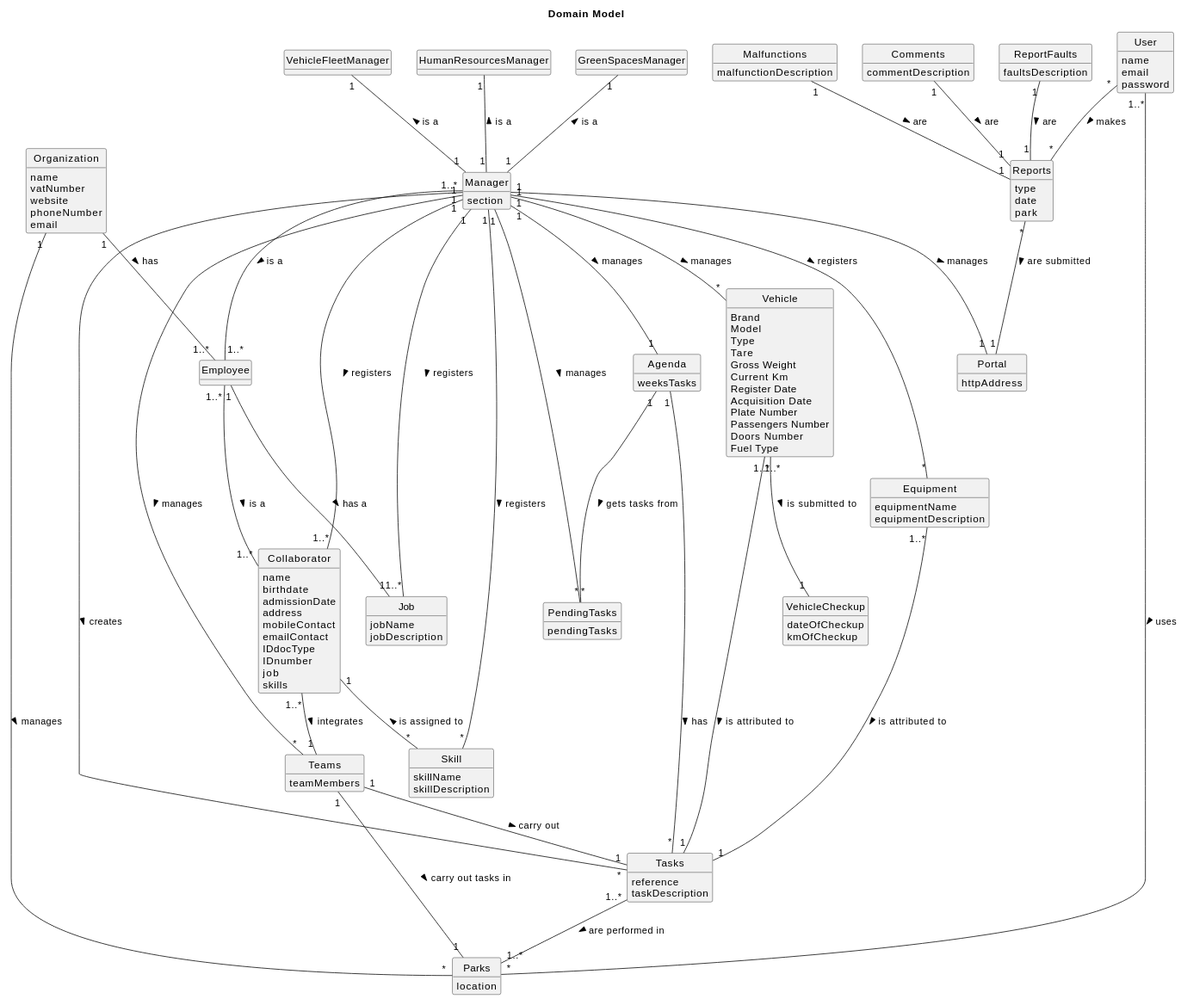
Before: docs/sprintA/global-artifacts/02.analysis/svg/project-domain-model.svg, a diagram exported from PlantUML (Paulo-Pereira-at-ISEP/lei-24-s2-1nanb-g321).
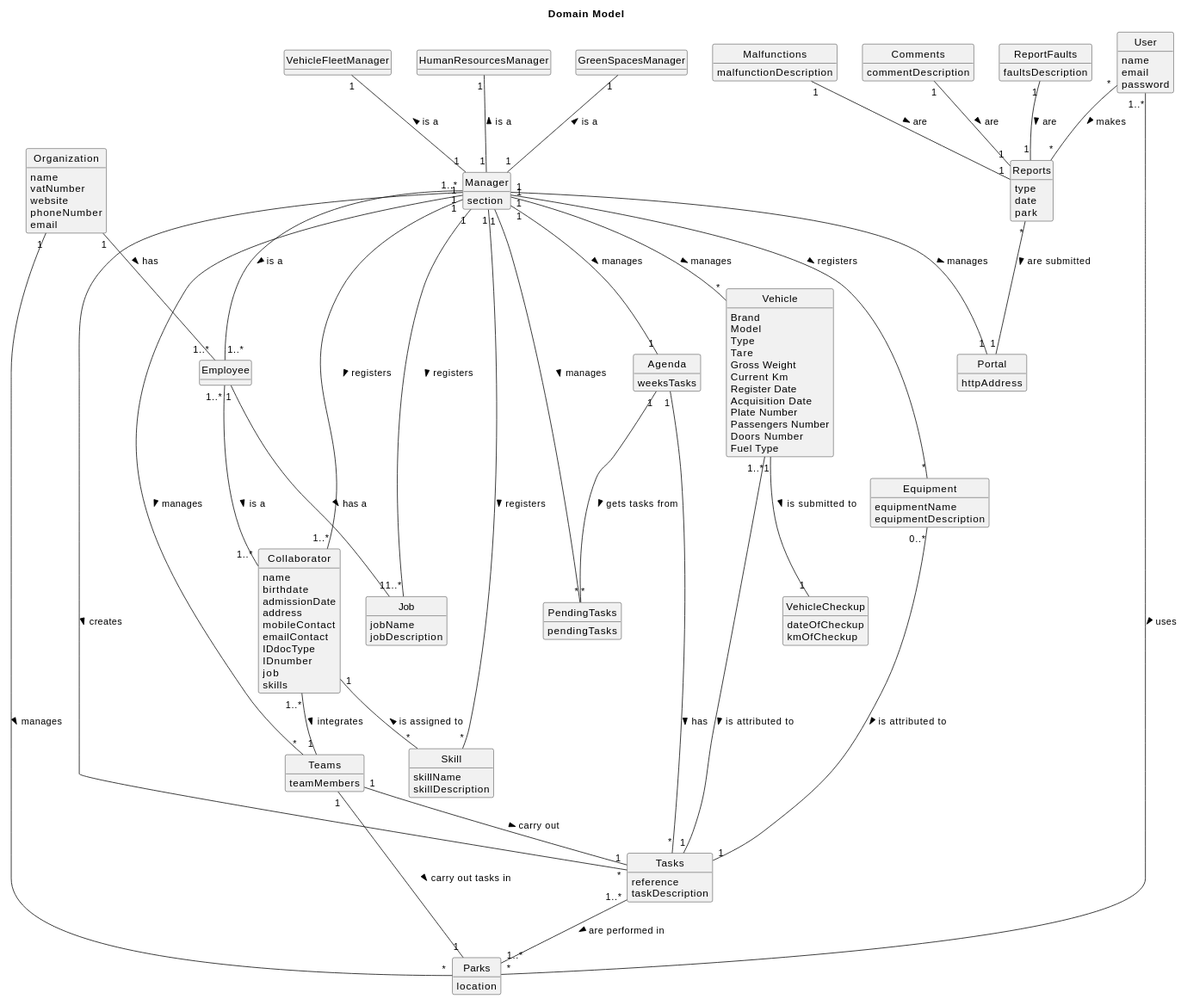
Above is the later version.

Commit message:
LGGPM-19 - Sprint A - Global Artefacts - domain model update

What changed in the source:
```diff
@@ -184,8 +184,8 @@
 
 
 Vehicle "1..*" -- "1" Tasks: is attributed to >
-Vehicle "1..*" -- "1" VehicleCheckup: is submitted to >
-Equipment "1..*" -- "1" Tasks: is attributed to >
+Vehicle "1" -- "1" VehicleCheckup: is submitted to >
+Equipment "0..*" -- "1" Tasks: is attributed to >
 
 Agenda "1" -- "*" Tasks: has >
 
```
